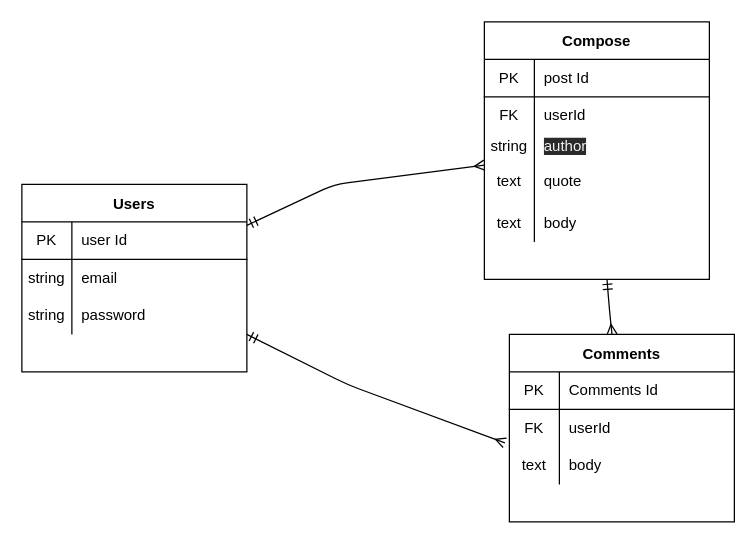
erhaneth/blockqoute keeps this draw.io diagram as bq.drawio. Above is the earlier version. Source tidied: cells renumbered, new cells numbered last; positions are measured from the earlier drawing's top-left corner, leaving out a move shared by most shapes. Both pictures are drawn from the tidied source at 125%, with x=0, y=0 at pixel (21, 21).
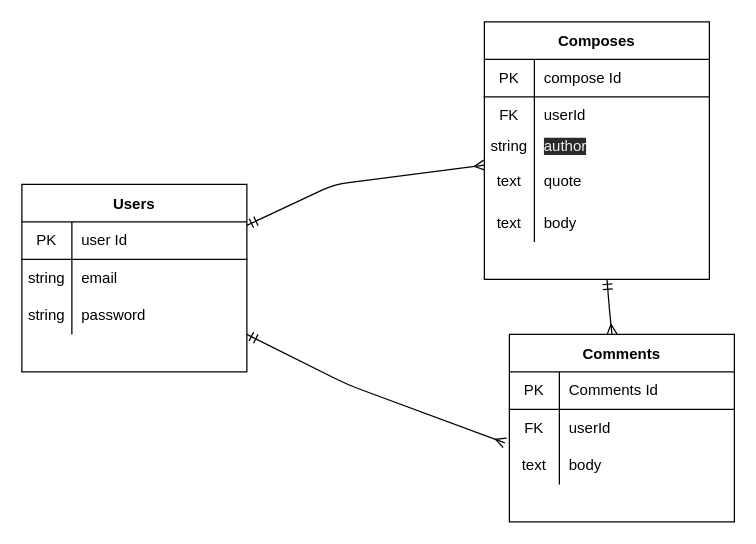
The same diagram, later.

The change refers to these unchanged cells:
```xml
<mxCell id="16" style="shape=partialRectangle;html=1;whiteSpace=wrap;fillColor=none;top=0;left=0;bottom=1;right=0;" parent="15" vertex="1">
  <mxGeometry y="30" width="180" height="30" as="geometry" />
</mxCell>
```

The edit, as a diff of the source:
```diff
@@
-    <mxCell id="15" value="Compose" style="shape=table;startSize=30;childLayout=tableLayout;rowLines=0;fontStyle=1;align=center;" parent="1" vertex="1">
+    <mxCell id="15" value="Composes" style="shape=table;startSize=30;childLayout=tableLayout;rowLines=0;fontStyle=1;align=center;" parent="1" vertex="1">
       <mxGeometry x="370" width="180" height="206" as="geometry" />
     </mxCell>
@@
-    <mxCell id="18" value="post Id" style="shape=partialRectangle;html=1;whiteSpace=wrap;fillColor=none;top=0;left=0;bottom=0;right=0;align=left;spacingLeft=6;overflow=hidden;" parent="16" vertex="1">
+    <mxCell id="18" value="compose Id" style="shape=partialRectangle;html=1;whiteSpace=wrap;fillColor=none;top=0;left=0;bottom=0;right=0;align=left;spacingLeft=6;overflow=hidden;" parent="16" vertex="1">
       <mxGeometry x="40" width="140" height="30" as="geometry" />
     </mxCell>
```
